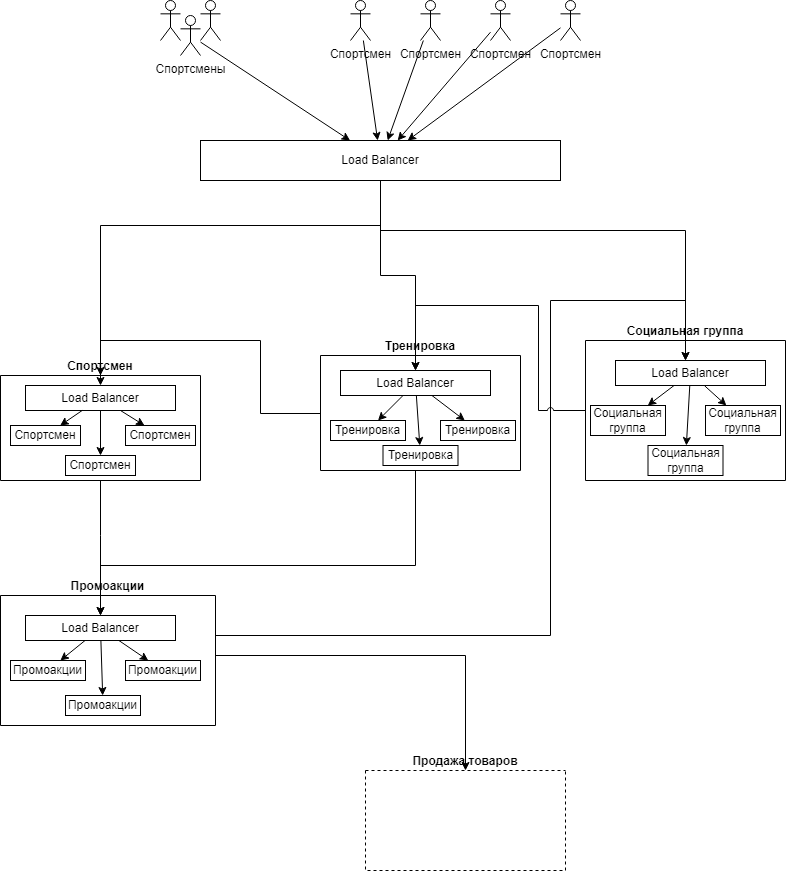
The draw.io diagram docs/img/SkillBox_dip_vw_concu.png in aibolnu/dip_skillbox_2024, before a commit. Source tidied: cells renumbered, new cells last; positions are measured from the earlier drawing's top-left corner, leaving out a move shared by most shapes.
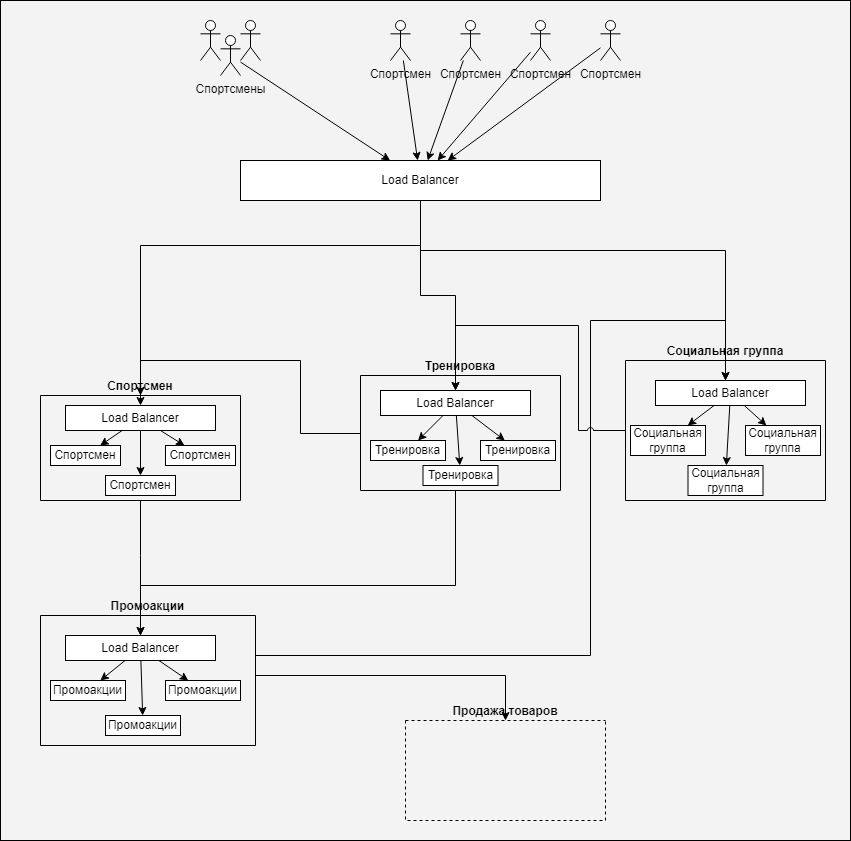
The same file after the commit.

What changed in the source:
```diff
@@ -2,6 +2,9 @@
   <root>
     <mxCell id="0" />
     <mxCell id="1" parent="0" />
+    <mxCell id="58" style="rounded=0;whiteSpace=wrap;html=1;fillColor=#F3F3F3;" parent="1" vertex="1">
+      <mxGeometry x="-40" y="-20" width="850" height="840" as="geometry" />
+    </mxCell>
     <mxCell id="2" value="Спортсмен" style="swimlane;startSize=0;verticalAlign=bottom;labelPosition=center;verticalLabelPosition=top;align=center;" parent="1" vertex="1">
       <mxGeometry y="375" width="200" height="105" as="geometry" />
     </mxCell>
@@ -137,7 +140,7 @@
       </mxGeometry>
     </mxCell>
     <mxCell id="40" value="Продажа товаров" style="swimlane;startSize=0;verticalAlign=bottom;labelPosition=center;verticalLabelPosition=top;align=center;dashed=1;" parent="1" vertex="1">
-      <mxGeometry x="365" y="770" width="200" height="100" as="geometry" />
+      <mxGeometry x="365" y="700" width="200" height="100" as="geometry" />
     </mxCell>
     <mxCell id="41" style="rounded=0;jettySize=auto;html=1;startArrow=classic;startFill=1;endArrow=none;endFill=0;edgeStyle=orthogonalEdgeStyle;" parent="1" edge="1" source="2" target="13">
       <mxGeometry relative="1" as="geometry">
```
